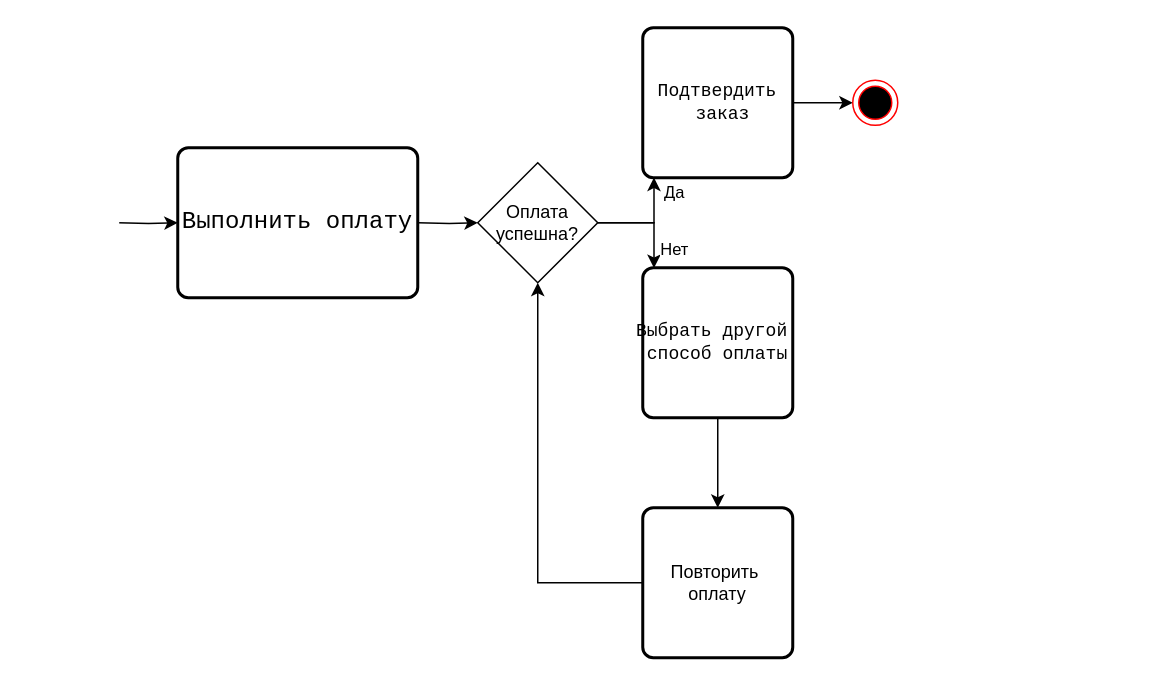
This is lab1/diagrams/activity.drawio from sandrakula/visual-programming-labs-Sandrakula, a draw.io file, before an edit. Source tidied: cells renumbered, new cells numbered last; positions are measured from the earlier drawing's top-left corner, leaving out a move shared by most shapes. Both pictures are drawn from the tidied source at 150%, with x=0, y=0 at pixel (27, 27).
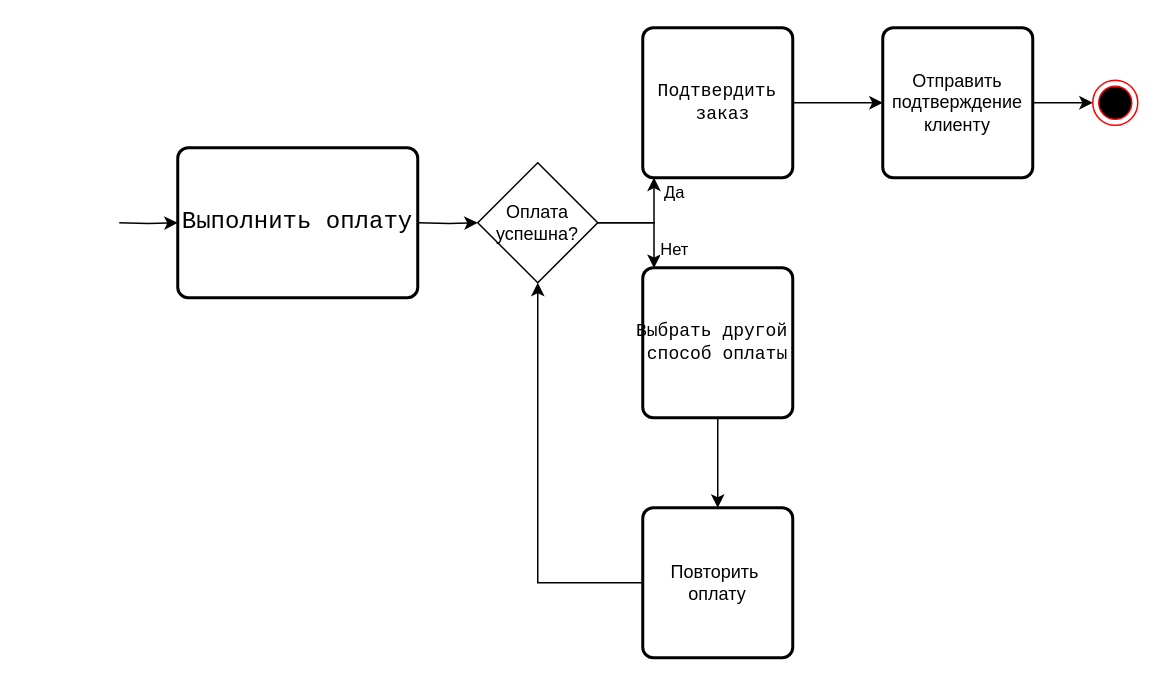
The same page after the edit.

Commit message (it also covers changes not shown here):
Update UML Activity and Mermaid diagrams

The change refers to these unchanged cells:
```xml
<mxCell id="8" value="&lt;br&gt;&lt;pre dir=&quot;ltr&quot;&gt;&lt;code&gt;Подтвердить&lt;br&gt; заказ&lt;/code&gt;&lt;/pre&gt;&lt;div&gt;&lt;br/&gt;&lt;/div&gt;" style="rounded=1;whiteSpace=wrap;html=1;absoluteArcSize=1;arcSize=14;strokeWidth=2;" parent="1" vertex="1">
  <mxGeometry x="410" width="100" height="100" as="geometry" />
</mxCell>
```

Change to the diagram source:
```diff
@@
-    <mxCell id="7" style="edgeStyle=orthogonalEdgeStyle;rounded=0;jettySize=auto;html=1;" parent="1" edge="1" source="8" target="17">
+    <mxCell id="7" style="edgeStyle=orthogonalEdgeStyle;rounded=0;jettySize=auto;html=1;" parent="1" edge="1" source="19" target="17">
       <mxGeometry relative="1" as="geometry" />
     </mxCell>
@@
     <mxCell id="17" style="ellipse;html=1;shape=endState;fillColor=#000000;strokeColor=#ff0000;" parent="1" vertex="1">
-      <mxGeometry x="550" y="35" width="30" height="30" as="geometry" />
+      <mxGeometry x="710" y="35" width="30" height="30" as="geometry" />
     </mxCell>
+    <mxCell id="18" style="edgeStyle=orthogonalEdgeStyle;rounded=0;jettySize=auto;html=1;" parent="1" edge="1" source="8" target="19">
+      <mxGeometry relative="1" as="geometry" />
+    </mxCell>
+    <mxCell id="19" value="Отправить подтверждение клиенту" style="rounded=1;whiteSpace=wrap;html=1;absoluteArcSize=1;arcSize=14;strokeWidth=2;" parent="1" vertex="1">
+      <mxGeometry x="570" width="100" height="100" as="geometry" />
+    </mxCell>
```
